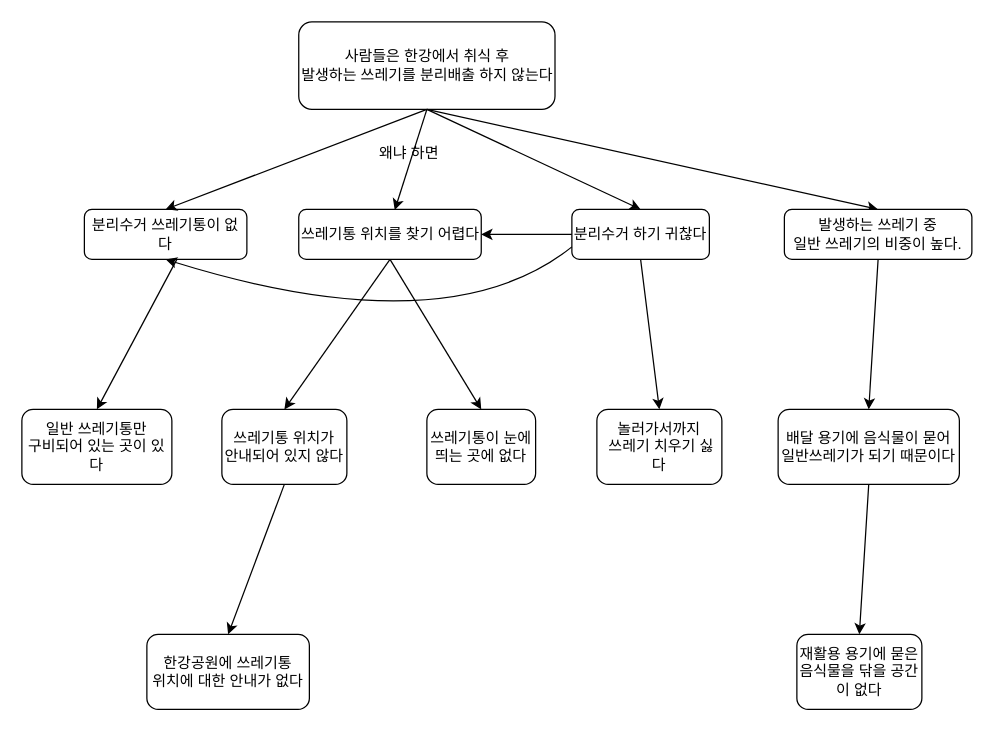
Before: page "Page-1" (1 of 2) of Untitled Diagram.drawio in shoeone96/QualitativeResearch, a draw.io diagram. Source tidied: cells renumbered, new cells numbered last; positions are measured from the earlier drawing's top-left corner, leaving out a move shared by most shapes. Both pictures are drawn from the tidied source at 125%, with x=0, y=0 at pixel (21, 21).
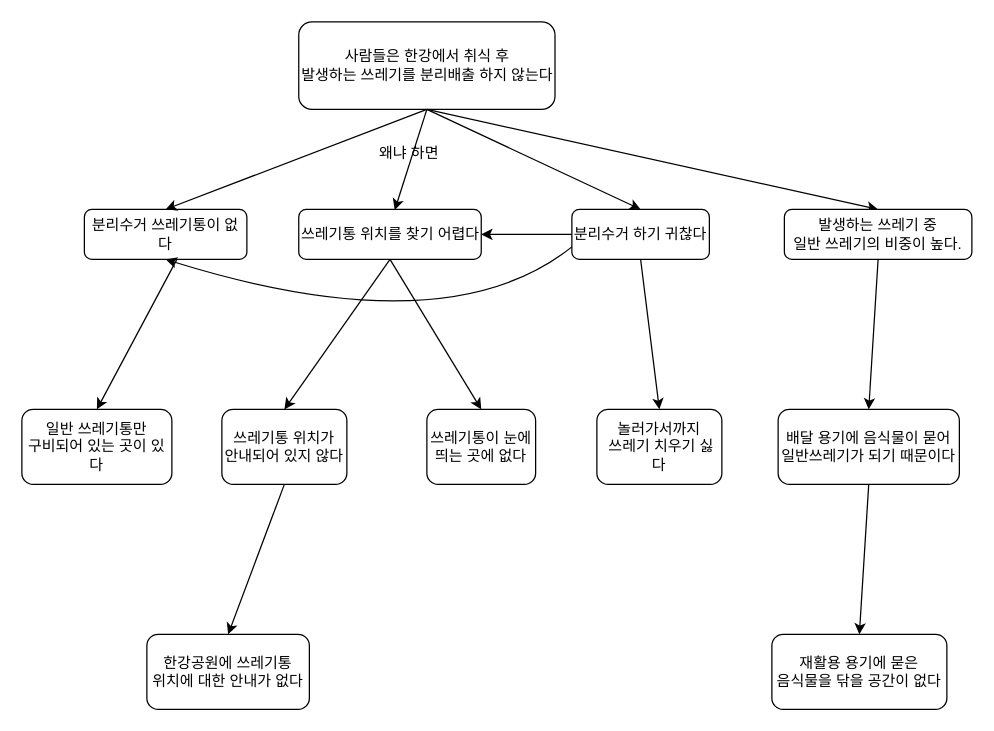
After the change.

Commit message:
분류쳬계분석

The edit, as a diff of the source:
```diff
@@
-    <mxCell id="23" value="재활용 용기에 묻은 음식물을 닦을 공간이 없다" style="rounded=1;whiteSpace=wrap;html=1;" parent="1" vertex="1">
-      <mxGeometry x="620" y="490" width="100" height="60" as="geometry" />
+    <mxCell id="23" value="재활용 용기에 묻은 &lt;br&gt;음식물을 닦을 공간이 없다" style="rounded=1;whiteSpace=wrap;html=1;" parent="1" vertex="1">
+      <mxGeometry x="600" y="490" width="140" height="60" as="geometry" />
     </mxCell>
```
